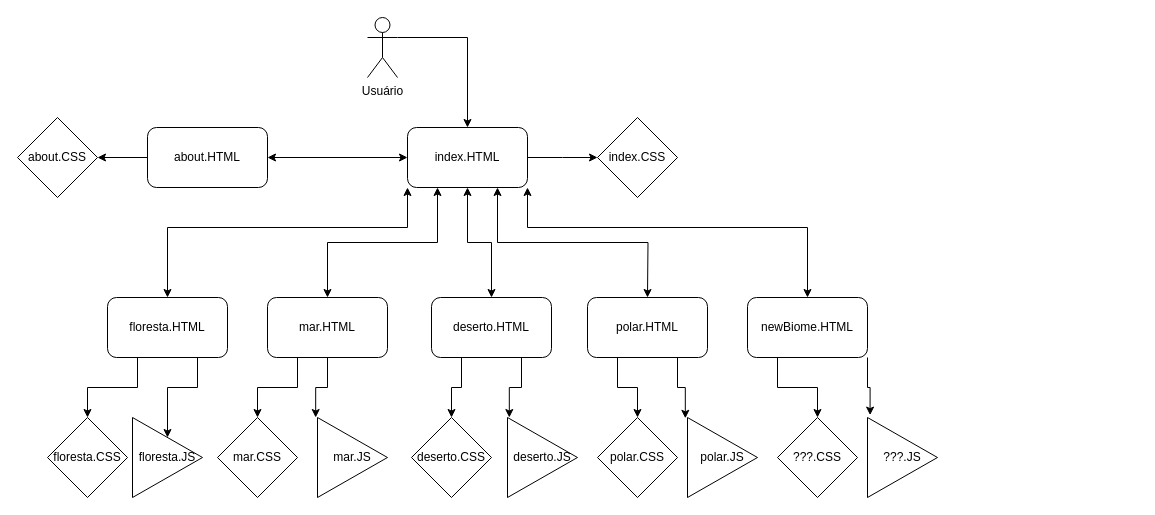
Before: Diagrama sem nome.drawio in rafaelsaboiad/storyApp, a draw.io diagram. Source tidied: cells renumbered, new cells numbered last; positions are measured from the earlier drawing's top-left corner, leaving out a move shared by most shapes. Both pictures are drawn from the tidied source at 100%, with x=0, y=0 at pixel (17, 17).
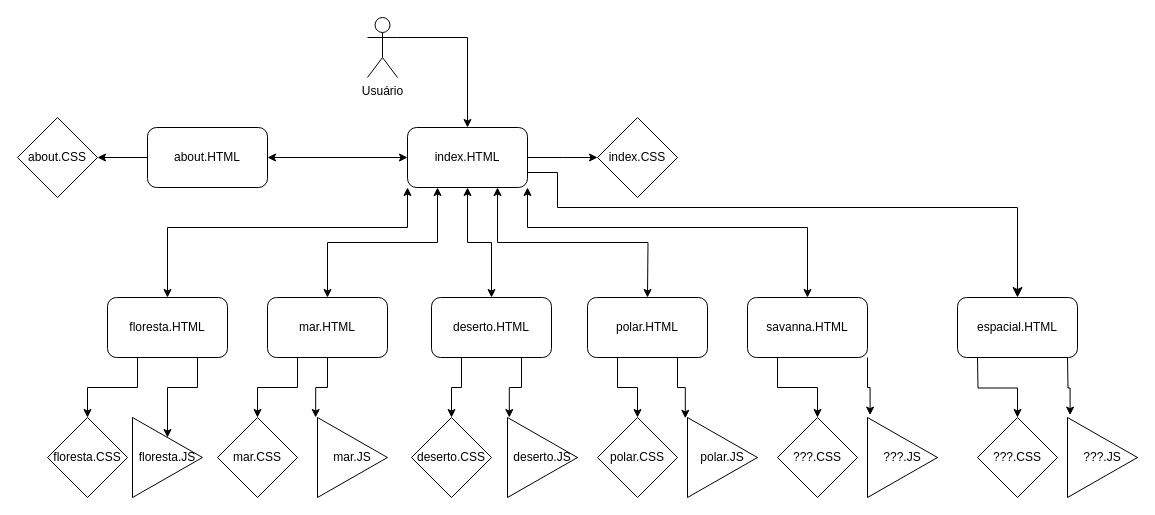
After the change.

The change refers to these unchanged cells:
```xml
<mxCell id="9" value="index.HTML" style="rounded=1;whiteSpace=wrap;html=1;" parent="1" vertex="1">
  <mxGeometry x="390" y="110" width="120" height="60" as="geometry" />
</mxCell>
```

Diff of the diagram source:
```diff
@@
+    <mxCell id="41" style="edgeStyle=orthogonalEdgeStyle;rounded=0;jettySize=auto;html=1;exitX=1;exitY=0.75;exitDx=0;exitDy=0;fontSize=12;startSize=8;endSize=8;entryX=0.5;entryY=0;entryDx=0;entryDy=0;" parent="1" edge="1" source="9" target="46">
+      <mxGeometry relative="1" as="geometry">
+        <Array as="points">
+          <mxPoint x="540" y="155" />
+          <mxPoint x="540" y="190" />
+          <mxPoint x="1000" y="190" />
+        </Array>
+      </mxGeometry>
+    </mxCell>
@@
-    <mxCell id="25" value="newBiome.HTML" style="rounded=1;whiteSpace=wrap;html=1;" parent="1" vertex="1">
+    <mxCell id="25" value="savanna.HTML" style="rounded=1;whiteSpace=wrap;html=1;" parent="1" vertex="1">
       <mxGeometry x="730" y="280" width="120" height="60" as="geometry" />
     </mxCell>
@@
+    <mxCell id="42" style="edgeStyle=orthogonalEdgeStyle;rounded=0;jettySize=auto;html=1;exitX=0.25;exitY=1;exitDx=0;exitDy=0;entryX=0.5;entryY=0;entryDx=0;entryDy=0;" parent="1" edge="1" target="44">
+      <mxGeometry relative="1" as="geometry">
+        <mxPoint x="960" y="340" as="sourcePoint" />
+      </mxGeometry>
+    </mxCell>
+    <mxCell id="43" style="edgeStyle=orthogonalEdgeStyle;rounded=0;jettySize=auto;html=1;exitX=1;exitY=1;exitDx=0;exitDy=0;entryX=0.037;entryY=-0.03;entryDx=0;entryDy=0;entryPerimeter=0;" parent="1" edge="1" target="45">
+      <mxGeometry relative="1" as="geometry">
+        <mxPoint x="1050" y="340" as="sourcePoint" />
+      </mxGeometry>
+    </mxCell>
+    <mxCell id="44" value="???.CSS" style="rhombus;whiteSpace=wrap;html=1;" parent="1" vertex="1">
+      <mxGeometry x="960" y="400" width="80" height="80" as="geometry" />
+    </mxCell>
+    <mxCell id="45" value="???.JS" style="triangle;whiteSpace=wrap;html=1;" parent="1" vertex="1">
+      <mxGeometry x="1050" y="400" width="70" height="80" as="geometry" />
+    </mxCell>
+    <mxCell id="46" value="espacial.HTML" style="rounded=1;whiteSpace=wrap;html=1;" parent="1" vertex="1">
+      <mxGeometry x="940" y="280" width="120" height="60" as="geometry" />
+    </mxCell>
```
